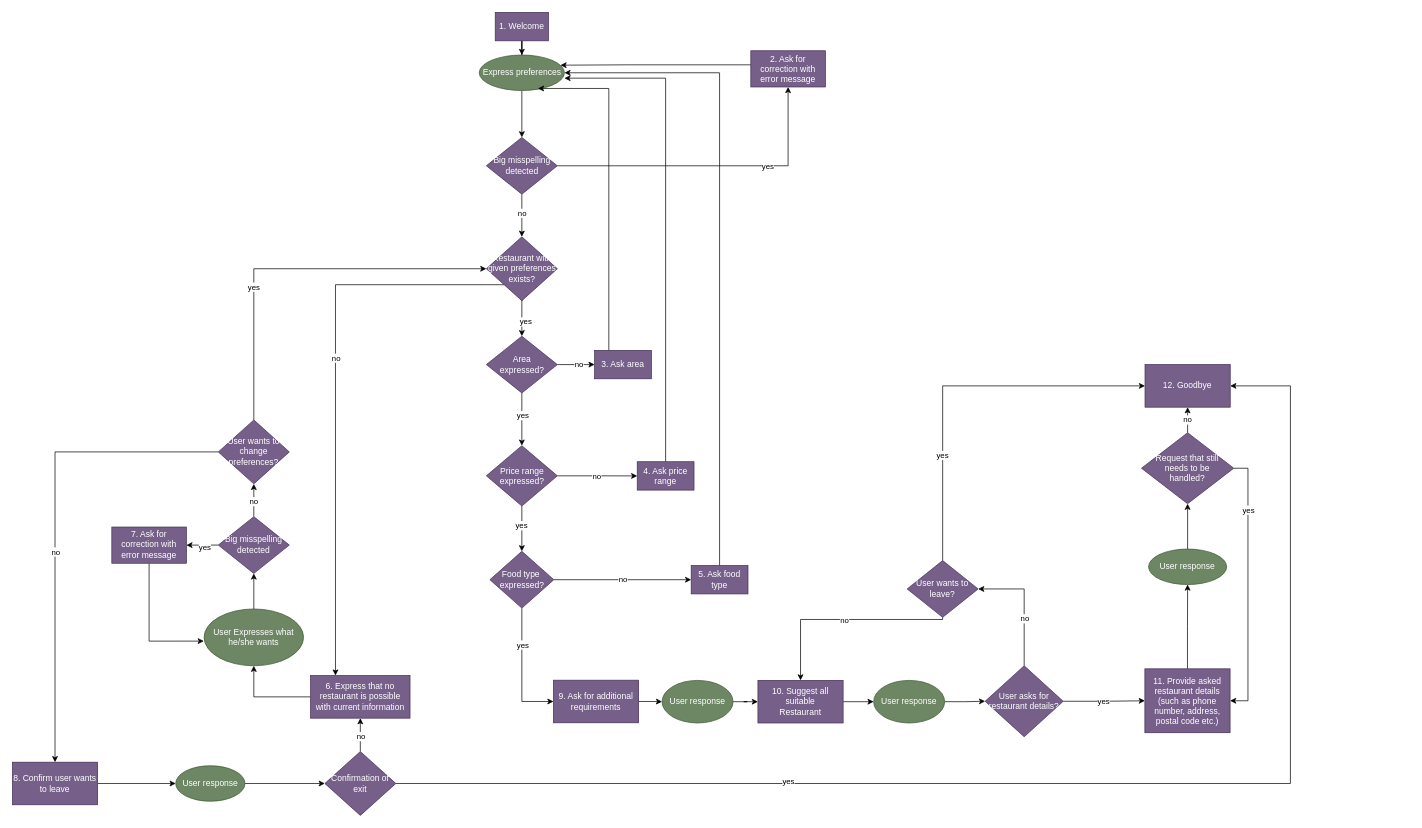
nstavr04/MAIR-30 keeps this draw.io diagram as TeamProject/Part1-SystemImplementation/Part1c-ReasoningConfigurability/Part1c_MAIR_Final.drawio. Above is the earlier version. Source tidied: cells renumbered, new cells numbered last; positions are measured from the earlier drawing's top-left corner, leaving out a move shared by most shapes. Both pictures are drawn from the tidied source at 71%, with x=0, y=0 at pixel (12, 12).
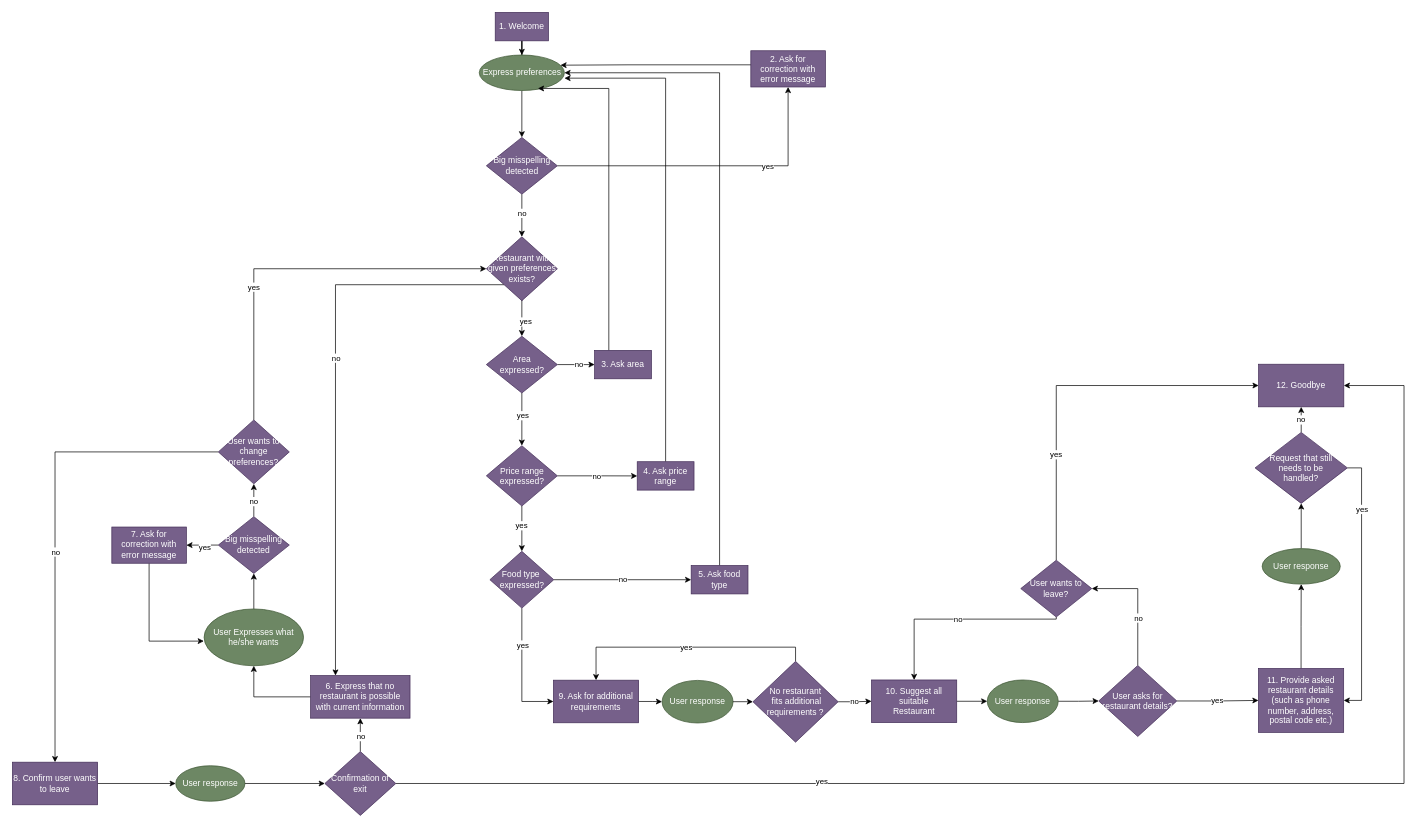
Above is the later version.

Unchanged cells that the change refers to:
```xml
<mxCell id="61" value="Confirmation of exit" style="rhombus;whiteSpace=wrap;html=1;fillColor=#76608a;fontColor=#ffffff;strokeColor=#432D57;" parent="1" vertex="1">
  <mxGeometry x="440" y="1041" width="100" height="90" as="geometry" />
</mxCell>
<mxCell id="86" value="&lt;div&gt;9. Ask for additional&lt;/div&gt;&lt;div&gt;requirements&lt;br&gt;&lt;/div&gt;" style="rounded=0;whiteSpace=wrap;html=1;fillColor=#76608a;fontColor=#ffffff;strokeColor=#432D57;" parent="1" vertex="1">
  <mxGeometry x="762" y="940.5" width="120" height="60" as="geometry" />
</mxCell>
<mxCell id="88" value="User response" style="ellipse;whiteSpace=wrap;html=1;fillColor=#6d8764;fontColor=#ffffff;strokeColor=#3A5431;" parent="1" vertex="1">
  <mxGeometry x="915" y="940.8" width="100" height="60" as="geometry" />
</mxCell>
```

The edit, as a diff of the source:
```diff
@@
     <mxCell id="5" value="10. Suggest all suitable&lt;br&gt;Restaurant" style="rounded=0;whiteSpace=wrap;html=1;fillColor=#76608a;fontColor=#ffffff;strokeColor=#432D57;" parent="1" vertex="1">
-      <mxGeometry x="1050" y="940.8" width="120" height="60" as="geometry" />
+      <mxGeometry x="1210" y="940.2" width="120" height="60" as="geometry" />
     </mxCell>
@@
     <mxCell id="26" value="User response" style="ellipse;whiteSpace=wrap;html=1;fillColor=#6d8764;fontColor=#ffffff;strokeColor=#3A5431;" parent="1" vertex="1">
-      <mxGeometry x="1213" y="940.8" width="100" height="60" as="geometry" />
+      <mxGeometry x="1373" y="940.2" width="100" height="60" as="geometry" />
     </mxCell>
@@
     <mxCell id="30" value="User asks for restaurant details?" style="rhombus;whiteSpace=wrap;html=1;fillColor=#76608a;fontColor=#ffffff;strokeColor=#432D57;" parent="1" vertex="1">
-      <mxGeometry x="1370" y="920.2" width="110" height="100" as="geometry" />
+      <mxGeometry x="1530" y="919.8" width="110" height="100" as="geometry" />
     </mxCell>
@@
     <mxCell id="35" value="12. Goodbye" style="rounded=0;whiteSpace=wrap;html=1;fillColor=#76608a;fontColor=#ffffff;strokeColor=#432D57;" parent="1" vertex="1">
-      <mxGeometry x="1595.2" y="496" width="120" height="60" as="geometry" />
+      <mxGeometry x="1755.2" y="495.5" width="120" height="60" as="geometry" />
     </mxCell>
@@
     <mxCell id="37" value="11. Provide asked restaurant details (such as phone number, address, postal code etc.)" style="rounded=0;whiteSpace=wrap;html=1;fillColor=#76608a;fontColor=#ffffff;strokeColor=#432D57;" parent="1" vertex="1">
-      <mxGeometry x="1595" y="924.5" width="120" height="90" as="geometry" />
+      <mxGeometry x="1755" y="924" width="120" height="90" as="geometry" />
     </mxCell>
@@
     <mxCell id="39" value="User response" style="ellipse;whiteSpace=wrap;html=1;fillColor=#6d8764;fontColor=#ffffff;strokeColor=#3A5431;" parent="1" vertex="1">
-      <mxGeometry x="1600.2" y="755.8" width="110" height="50" as="geometry" />
+      <mxGeometry x="1760.2" y="755.2" width="110" height="50" as="geometry" />
     </mxCell>
@@
     <mxCell id="43" value="Request that still &lt;br&gt;needs to be &lt;br&gt;handled?" style="rhombus;whiteSpace=wrap;html=1;fillColor=#76608a;fontColor=#ffffff;strokeColor=#432D57;" parent="1" vertex="1">
-      <mxGeometry x="1590.2" y="592" width="130" height="100" as="geometry" />
+      <mxGeometry x="1750.2" y="591.5" width="130" height="100" as="geometry" />
     </mxCell>
@@
     <mxCell id="59" style="edgeStyle=orthogonalEdgeStyle;rounded=0;jettySize=auto;html=1;exitX=1;exitY=0.5;exitDx=0;exitDy=0;entryX=1;entryY=0.5;entryDx=0;entryDy=0;" parent="1" edge="1" source="61" target="35">
       <mxGeometry relative="1" as="geometry">
         <Array as="points">
-          <mxPoint x="1800" y="1086" />
-          <mxPoint x="1800" y="526" />
+          <mxPoint x="1960" y="1086" />
+          <mxPoint x="1960" y="526" />
         </Array>
       </mxGeometry>
     </mxCell>
@@
     <mxCell id="82" style="edgeStyle=orthogonalEdgeStyle;rounded=0;jettySize=auto;html=1;exitX=0.5;exitY=1;exitDx=0;exitDy=0;entryX=0.5;entryY=0;entryDx=0;entryDy=0;" parent="1" edge="1" source="84" target="5">
       <mxGeometry relative="1" as="geometry">
         <Array as="points">
-          <mxPoint x="1110" y="855" />
-          <mxPoint x="920" y="856" />
+          <mxPoint x="1270" y="854.5" />
+          <mxPoint x="1080" y="855.5" />
         </Array>
       </mxGeometry>
     </mxCell>
@@
     <mxCell id="84" value="User wants to leave?" style="rhombus;whiteSpace=wrap;html=1;fillColor=#76608a;fontColor=#ffffff;strokeColor=#432D57;" parent="1" vertex="1">
-      <mxGeometry x="1260.2" y="772" width="100" height="80" as="geometry" />
+      <mxGeometry x="1420.2" y="771.5" width="100" height="80" as="geometry" />
     </mxCell>
-    <mxCell id="85" style="edgeStyle=orthogonalEdgeStyle;rounded=0;jettySize=auto;html=1;entryX=0;entryY=0.5;entryDx=0;entryDy=0;" parent="1" edge="1" source="88" target="5">
+    <mxCell id="85" value="no" style="edgeStyle=orthogonalEdgeStyle;rounded=0;jettySize=auto;html=1;entryX=0;entryY=0.5;entryDx=0;entryDy=0;" parent="1" edge="1" source="91" target="5">
       <mxGeometry relative="1" as="geometry" />
     </mxCell>
@@
+    <mxCell id="89" style="edgeStyle=orthogonalEdgeStyle;rounded=0;jettySize=auto;html=1;entryX=0;entryY=0.5;entryDx=0;entryDy=0;" parent="1" edge="1" source="88" target="91">
+      <mxGeometry relative="1" as="geometry" />
+    </mxCell>
+    <mxCell id="90" value="yes" style="edgeStyle=orthogonalEdgeStyle;rounded=0;jettySize=auto;html=1;exitX=0.5;exitY=0;exitDx=0;exitDy=0;entryX=0.5;entryY=0;entryDx=0;entryDy=0;" parent="1" edge="1" source="91" target="86">
+      <mxGeometry relative="1" as="geometry" />
+    </mxCell>
+    <mxCell id="91" value="&lt;div&gt;No restaurant&lt;/div&gt;&lt;div&gt;&amp;nbsp;fits additional requirements ?&lt;br&gt;&lt;/div&gt;" style="rhombus;whiteSpace=wrap;html=1;fillColor=#76608a;fontColor=#ffffff;strokeColor=#432D57;" parent="1" vertex="1">
+      <mxGeometry x="1043" y="914" width="120" height="113.8" as="geometry" />
+    </mxCell>
```
